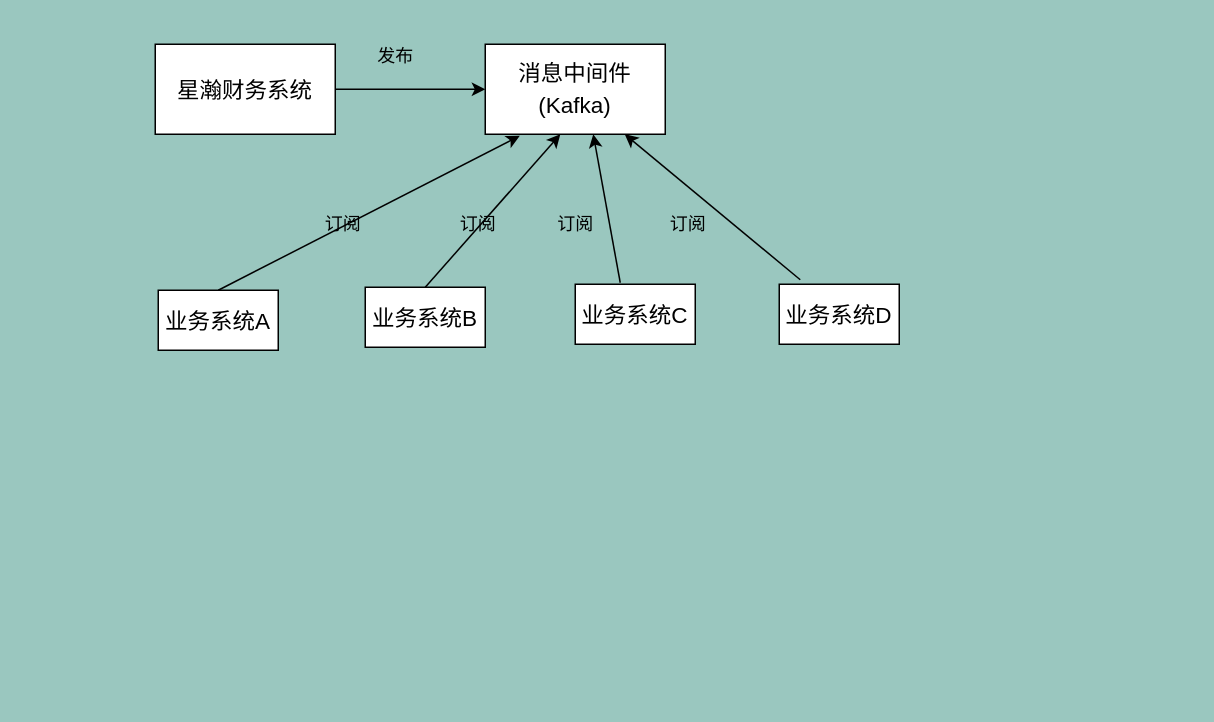
Earlier version of the draw.io diagram 融合设计.drawio (Alphathur/diagram). Source tidied: cells renumbered, new cells numbered last; positions are measured from the earlier drawing's top-left corner, leaving out a move shared by most shapes. Both pictures are drawn from the tidied source at 150%, with x=0, y=0 at pixel (154, 36).
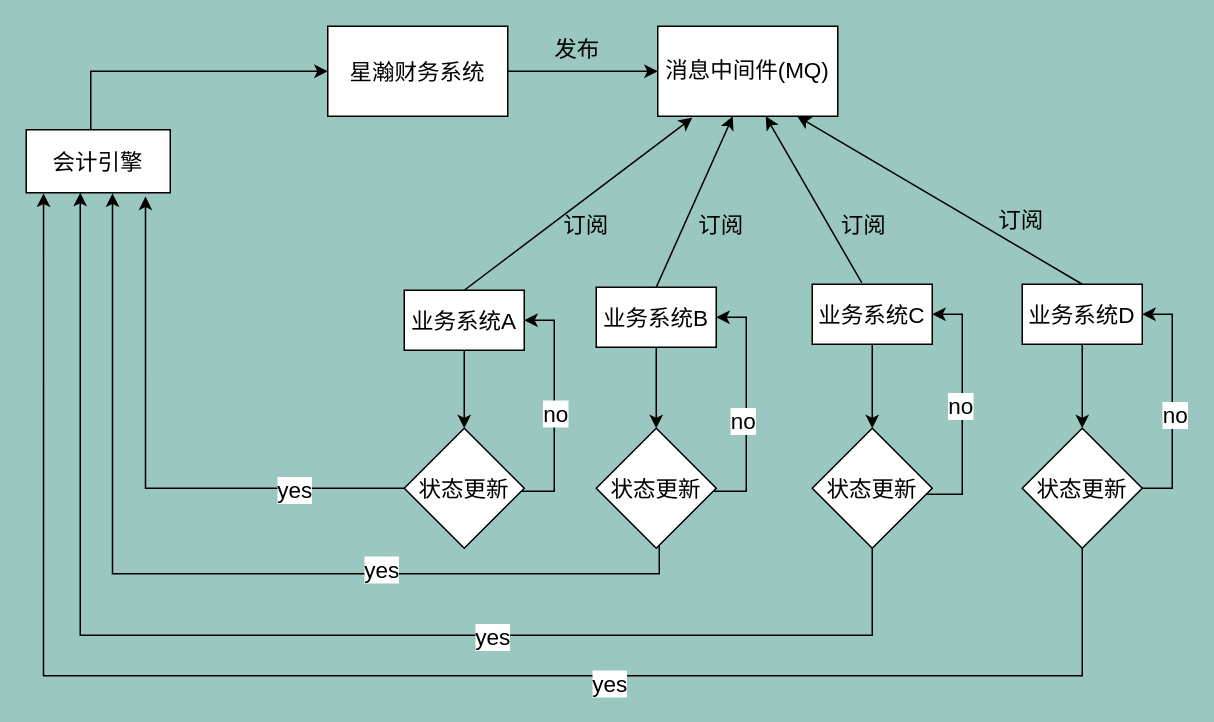
Above is the later version.

Commit message:
更新融合设计.drawio

What changed in the source:
```diff
@@
     <mxCell id="2" style="edgeStyle=orthogonalEdgeStyle;rounded=0;jettySize=auto;html=1;fontSize=12;" parent="1" edge="1" source="3">
       <mxGeometry relative="1" as="geometry">
-        <mxPoint x="220" y="35" as="targetPoint" />
+        <mxPoint x="335" y="23" as="targetPoint" />
       </mxGeometry>
     </mxCell>
     <mxCell id="3" value="&lt;font style=&quot;font-size: 15px;&quot;&gt;星瀚财务系统&lt;/font&gt;" style="rounded=0;whiteSpace=wrap;html=1;glass=0;fontSize=12;" parent="1" vertex="1">
-      <mxGeometry y="5" width="120" height="60" as="geometry" />
+      <mxGeometry x="115" y="-7" width="120" height="60" as="geometry" />
     </mxCell>
-    <mxCell id="4" value="&lt;font style=&quot;font-size: 15px;&quot;&gt;消息中间件(Kafka)&lt;/font&gt;" style="rounded=0;whiteSpace=wrap;html=1;fontSize=17;" parent="1" vertex="1">
-      <mxGeometry x="220" y="5" width="120" height="60" as="geometry" />
+    <mxCell id="4" value="&lt;font style=&quot;font-size: 15px;&quot;&gt;消息中间件(MQ)&lt;/font&gt;" style="rounded=0;whiteSpace=wrap;html=1;fontSize=17;" parent="1" vertex="1">
+      <mxGeometry x="335" y="-7" width="120" height="60" as="geometry" />
     </mxCell>
-    <mxCell id="5" value="发布" style="text;html=1;align=center;verticalAlign=middle;strokeColor=none;fillColor=none;fontSize=12;" parent="1" vertex="1">
-      <mxGeometry x="139" width="42" height="26" as="geometry" />
+    <mxCell id="5" value="发布" style="text;html=1;align=center;verticalAlign=middle;strokeColor=none;fillColor=none;fontSize=15;" parent="1" vertex="1">
+      <mxGeometry x="257" y="-7" width="48" height="30" as="geometry" />
     </mxCell>
+    <mxCell id="18" style="edgeStyle=orthogonalEdgeStyle;rounded=0;jettySize=auto;html=1;entryX=0.5;entryY=0;entryDx=0;entryDy=0;" parent="1" edge="1" source="6" target="24">
+      <mxGeometry relative="1" as="geometry" />
+    </mxCell>
     <mxCell id="6" value="&lt;font style=&quot;font-size: 15px;&quot;&gt;业务系统A&lt;/font&gt;" style="rounded=0;whiteSpace=wrap;html=1;fontSize=15;" parent="1" vertex="1">
-      <mxGeometry x="2" y="169" width="80" height="40" as="geometry" />
+      <mxGeometry x="166" y="169" width="80" height="40" as="geometry" />
     </mxCell>
+    <mxCell id="19" style="edgeStyle=orthogonalEdgeStyle;rounded=0;jettySize=auto;html=1;entryX=0.5;entryY=0;entryDx=0;entryDy=0;" parent="1" edge="1" source="7" target="27">
+      <mxGeometry relative="1" as="geometry" />
+    </mxCell>
     <mxCell id="7" value="&lt;font style=&quot;font-size: 15px;&quot;&gt;业务系统B&lt;/font&gt;" style="rounded=0;whiteSpace=wrap;html=1;fontSize=12;" parent="1" vertex="1">
-      <mxGeometry x="140" y="167" width="80" height="40" as="geometry" />
+      <mxGeometry x="294" y="167" width="80" height="40" as="geometry" />
     </mxCell>
+    <mxCell id="20" style="edgeStyle=orthogonalEdgeStyle;rounded=0;jettySize=auto;html=1;entryX=0.5;entryY=0;entryDx=0;entryDy=0;" parent="1" edge="1" source="8" target="32">
+      <mxGeometry relative="1" as="geometry" />
+    </mxCell>
     <mxCell id="8" value="&lt;font style=&quot;font-size: 15px;&quot;&gt;业务系统C&lt;/font&gt;" style="rounded=0;whiteSpace=wrap;html=1;fontSize=12;" parent="1" vertex="1">
-      <mxGeometry x="280" y="165" width="80" height="40" as="geometry" />
+      <mxGeometry x="438" y="165" width="80" height="40" as="geometry" />
     </mxCell>
+    <mxCell id="21" style="edgeStyle=orthogonalEdgeStyle;rounded=0;jettySize=auto;html=1;entryX=0.5;entryY=0;entryDx=0;entryDy=0;" parent="1" edge="1" source="9" target="35">
+      <mxGeometry relative="1" as="geometry" />
+    </mxCell>
     <mxCell id="9" value="&lt;font style=&quot;font-size: 15px;&quot;&gt;业务系统D&lt;/font&gt;" style="rounded=0;whiteSpace=wrap;html=1;fontSize=12;" parent="1" vertex="1">
-      <mxGeometry x="416" y="165" width="80" height="40" as="geometry" />
+      <mxGeometry x="578" y="165" width="80" height="40" as="geometry" />
     </mxCell>
@@
-    <mxCell id="12" style="endArrow=classic;html=1;rounded=0;exitX=0.375;exitY=0;exitDx=0;exitDy=0;exitPerimeter=0;entryX=0.6;entryY=1.017;entryDx=0;entryDy=0;entryPerimeter=0;fontSize=12;" parent="1" edge="1">
+    <mxCell id="12" style="endArrow=classic;html=1;rounded=0;entryX=0.6;entryY=1.017;entryDx=0;entryDy=0;entryPerimeter=0;fontSize=12;" parent="1" edge="1">
       <mxGeometry relative="1" as="geometry">
-        <mxPoint x="310" y="164" as="sourcePoint" />
-        <mxPoint x="292" y="65" as="targetPoint" />
+        <mxPoint x="471" y="164" as="sourcePoint" />
+        <mxPoint x="407" y="53" as="targetPoint" />
       </mxGeometry>
     </mxCell>
-    <mxCell id="13" style="endArrow=classic;html=1;rounded=0;exitX=0.5;exitY=0;exitDx=0;exitDy=0;entryX=0.858;entryY=1.05;entryDx=0;entryDy=0;entryPerimeter=0;fontSize=12;" parent="1" edge="1">
+    <mxCell id="13" style="endArrow=classic;html=1;rounded=0;exitX=0.5;exitY=0;exitDx=0;exitDy=0;entryX=0.858;entryY=1.05;entryDx=0;entryDy=0;entryPerimeter=0;fontSize=12;" parent="1" edge="1" source="9">
       <mxGeometry relative="1" as="geometry">
-        <mxPoint x="430" y="162" as="sourcePoint" />
-        <mxPoint x="313" y="65" as="targetPoint" />
+        <mxPoint x="428" y="53" as="targetPoint" />
       </mxGeometry>
     </mxCell>
-    <mxCell id="14" value="订阅" style="text;html=1;align=center;verticalAlign=middle;strokeColor=none;fillColor=none;fontSize=12;" parent="1" vertex="1">
-      <mxGeometry x="104" y="112" width="42" height="26" as="geometry" />
+    <mxCell id="14" value="订阅" style="text;html=1;align=center;verticalAlign=middle;strokeColor=none;fillColor=none;fontSize=15;" parent="1" vertex="1">
+      <mxGeometry x="263" y="110" width="48" height="30" as="geometry" />
     </mxCell>
-    <mxCell id="15" value="订阅" style="text;html=1;align=center;verticalAlign=middle;strokeColor=none;fillColor=none;fontSize=12;" parent="1" vertex="1">
-      <mxGeometry x="194" y="112" width="42" height="26" as="geometry" />
+    <mxCell id="15" value="订阅" style="text;html=1;align=center;verticalAlign=middle;strokeColor=none;fillColor=none;fontSize=15;" parent="1" vertex="1">
+      <mxGeometry x="353" y="110" width="48" height="30" as="geometry" />
     </mxCell>
-    <mxCell id="16" value="订阅" style="text;html=1;align=center;verticalAlign=middle;strokeColor=none;fillColor=none;fontSize=12;" parent="1" vertex="1">
-      <mxGeometry x="259" y="112" width="42" height="26" as="geometry" />
+    <mxCell id="16" value="订阅" style="text;html=1;align=center;verticalAlign=middle;strokeColor=none;fillColor=none;fontSize=15;" parent="1" vertex="1">
+      <mxGeometry x="448" y="110" width="48" height="30" as="geometry" />
     </mxCell>
-    <mxCell id="17" value="订阅" style="text;html=1;align=center;verticalAlign=middle;strokeColor=none;fillColor=none;fontSize=12;" parent="1" vertex="1">
-      <mxGeometry x="334" y="112" width="42" height="26" as="geometry" />
+    <mxCell id="17" value="订阅" style="text;html=1;align=center;verticalAlign=middle;strokeColor=none;fillColor=none;fontSize=15;" parent="1" vertex="1">
+      <mxGeometry x="553" y="107" width="48" height="30" as="geometry" />
     </mxCell>
+    <mxCell id="22" style="edgeStyle=orthogonalEdgeStyle;rounded=0;jettySize=auto;html=1;entryX=1;entryY=0.5;entryDx=0;entryDy=0;" parent="1" edge="1" source="24" target="6">
+      <mxGeometry relative="1" as="geometry">
+        <Array as="points">
+          <mxPoint x="266" y="303" />
+          <mxPoint x="266" y="189" />
+        </Array>
+      </mxGeometry>
+    </mxCell>
+    <mxCell id="23" value="&lt;font style=&quot;font-size: 15px;&quot;&gt;no&lt;/font&gt;" style="edgeLabel;html=1;align=center;verticalAlign=middle;" parent="22" vertex="1">
+      <mxGeometry x="-0.04" y="1" relative="1" as="geometry">
+        <mxPoint x="1" as="offset" />
+      </mxGeometry>
+    </mxCell>
+    <mxCell id="24" value="&lt;font style=&quot;font-size: 15px;&quot;&gt;状态更新&lt;/font&gt;" style="rhombus;whiteSpace=wrap;html=1;" parent="1" vertex="1">
+      <mxGeometry x="166" y="261" width="80" height="80" as="geometry" />
+    </mxCell>
+    <mxCell id="25" style="edgeStyle=orthogonalEdgeStyle;rounded=0;jettySize=auto;html=1;entryX=1;entryY=0.5;entryDx=0;entryDy=0;" parent="1" edge="1" source="27" target="7">
+      <mxGeometry relative="1" as="geometry">
+        <Array as="points">
+          <mxPoint x="394" y="303" />
+          <mxPoint x="394" y="187" />
+        </Array>
+      </mxGeometry>
+    </mxCell>
+    <mxCell id="26" value="&lt;font style=&quot;font-size: 15px;&quot;&gt;no&lt;/font&gt;" style="edgeLabel;html=1;align=center;verticalAlign=middle;" parent="25" vertex="1">
+      <mxGeometry x="-0.11" y="4" relative="1" as="geometry">
+        <mxPoint x="1" as="offset" />
+      </mxGeometry>
+    </mxCell>
+    <mxCell id="27" value="&lt;font style=&quot;font-size: 15px;&quot;&gt;状态更新&lt;/font&gt;" style="rhombus;whiteSpace=wrap;html=1;" parent="1" vertex="1">
+      <mxGeometry x="294" y="261" width="80" height="80" as="geometry" />
+    </mxCell>
+    <mxCell id="28" style="edgeStyle=orthogonalEdgeStyle;rounded=0;jettySize=auto;html=1;" parent="1" edge="1" source="32" target="37">
+      <mxGeometry relative="1" as="geometry">
+        <Array as="points">
+          <mxPoint x="478" y="399" />
+          <mxPoint x="-50" y="399" />
+        </Array>
+      </mxGeometry>
+    </mxCell>
+    <mxCell id="29" value="&lt;font style=&quot;font-size: 15px;&quot;&gt;yes&lt;/font&gt;" style="edgeLabel;html=1;align=center;verticalAlign=middle;" parent="28" vertex="1">
+      <mxGeometry x="-0.29" relative="1" as="geometry">
+        <mxPoint x="1" as="offset" />
+      </mxGeometry>
+    </mxCell>
+    <mxCell id="30" style="edgeStyle=orthogonalEdgeStyle;rounded=0;jettySize=auto;html=1;entryX=1;entryY=0.5;entryDx=0;entryDy=0;" parent="1" edge="1" source="32" target="8">
+      <mxGeometry relative="1" as="geometry">
+        <Array as="points">
+          <mxPoint x="538" y="305" />
+          <mxPoint x="538" y="185" />
+        </Array>
+      </mxGeometry>
+    </mxCell>
+    <mxCell id="31" value="&lt;font style=&quot;font-size: 15px;&quot;&gt;no&lt;/font&gt;" style="edgeLabel;html=1;align=center;verticalAlign=middle;" parent="30" vertex="1">
+      <mxGeometry x="0.02" y="3" relative="1" as="geometry">
+        <mxPoint x="1" as="offset" />
+      </mxGeometry>
+    </mxCell>
+    <mxCell id="32" value="&lt;font style=&quot;font-size: 15px;&quot;&gt;状态更新&lt;/font&gt;" style="rhombus;whiteSpace=wrap;html=1;" parent="1" vertex="1">
+      <mxGeometry x="438" y="261" width="80" height="80" as="geometry" />
+    </mxCell>
+    <mxCell id="33" style="edgeStyle=orthogonalEdgeStyle;rounded=0;jettySize=auto;html=1;entryX=1;entryY=0.5;entryDx=0;entryDy=0;" parent="1" edge="1" source="35" target="9">
+      <mxGeometry relative="1" as="geometry">
+        <Array as="points">
+          <mxPoint x="678" y="301" />
+          <mxPoint x="678" y="185" />
+        </Array>
+      </mxGeometry>
+    </mxCell>
+    <mxCell id="34" value="&lt;font style=&quot;font-size: 15px;&quot;&gt;no&lt;/font&gt;" style="edgeLabel;html=1;align=center;verticalAlign=middle;" parent="33" vertex="1">
+      <mxGeometry x="-0.18" y="-1" relative="1" as="geometry">
+        <mxPoint y="-6" as="offset" />
+      </mxGeometry>
+    </mxCell>
+    <mxCell id="35" value="&lt;font style=&quot;font-size: 15px;&quot;&gt;状态更新&lt;/font&gt;" style="rhombus;whiteSpace=wrap;html=1;" parent="1" vertex="1">
+      <mxGeometry x="578" y="261" width="80" height="80" as="geometry" />
+    </mxCell>
+    <mxCell id="36" style="edgeStyle=orthogonalEdgeStyle;rounded=0;jettySize=auto;html=1;entryX=0;entryY=0.5;entryDx=0;entryDy=0;" parent="1" edge="1" source="37" target="3">
+      <mxGeometry relative="1" as="geometry">
+        <Array as="points">
+          <mxPoint x="-43" y="23" />
+        </Array>
+      </mxGeometry>
+    </mxCell>
+    <mxCell id="37" value="&lt;font style=&quot;font-size: 15px;&quot;&gt;会计引擎&lt;/font&gt;" style="rounded=0;whiteSpace=wrap;html=1;" parent="1" vertex="1">
+      <mxGeometry x="-86" y="62" width="96" height="42" as="geometry" />
+    </mxCell>
+    <mxCell id="38" style="edgeStyle=orthogonalEdgeStyle;rounded=0;jettySize=auto;html=1;entryX=0.599;entryY=1.012;entryDx=0;entryDy=0;entryPerimeter=0;" parent="1" edge="1" source="27" target="37">
+      <mxGeometry relative="1" as="geometry">
+        <Array as="points">
+          <mxPoint x="336" y="358" />
+          <mxPoint x="-28" y="358" />
+        </Array>
+      </mxGeometry>
+    </mxCell>
+    <mxCell id="39" value="&lt;font style=&quot;font-size: 15px;&quot;&gt;yes&lt;/font&gt;" style="edgeLabel;html=1;align=center;verticalAlign=middle;" parent="38" vertex="1">
+      <mxGeometry x="-0.43" y="3" relative="1" as="geometry">
+        <mxPoint x="-23" y="-7" as="offset" />
+      </mxGeometry>
+    </mxCell>
+    <mxCell id="40" style="edgeStyle=orthogonalEdgeStyle;rounded=0;jettySize=auto;html=1;entryX=0.12;entryY=1.012;entryDx=0;entryDy=0;entryPerimeter=0;" parent="1" edge="1" source="35" target="37">
+      <mxGeometry relative="1" as="geometry">
+        <Array as="points">
+          <mxPoint x="618" y="426" />
+          <mxPoint x="-74" y="426" />
+        </Array>
+      </mxGeometry>
+    </mxCell>
+    <mxCell id="41" value="&lt;font style=&quot;font-size: 15px;&quot;&gt;yes&lt;/font&gt;" style="edgeLabel;html=1;align=center;verticalAlign=middle;" parent="40" vertex="1">
+      <mxGeometry x="-0.45" y="5" relative="1" as="geometry">
+        <mxPoint x="-99" y="-1" as="offset" />
+      </mxGeometry>
+    </mxCell>
+    <mxCell id="42" style="edgeStyle=orthogonalEdgeStyle;rounded=0;jettySize=auto;html=1;entryX=0.828;entryY=1.06;entryDx=0;entryDy=0;entryPerimeter=0;" parent="1" edge="1" source="24" target="37">
+      <mxGeometry relative="1" as="geometry" />
+    </mxCell>
+    <mxCell id="43" value="&lt;font style=&quot;font-size: 15px;&quot;&gt;yes&lt;/font&gt;" style="edgeLabel;html=1;align=center;verticalAlign=middle;" parent="42" vertex="1">
+      <mxGeometry x="-0.6" y="5" relative="1" as="geometry">
+        <mxPoint x="-1" y="-5" as="offset" />
+      </mxGeometry>
+    </mxCell>
```
